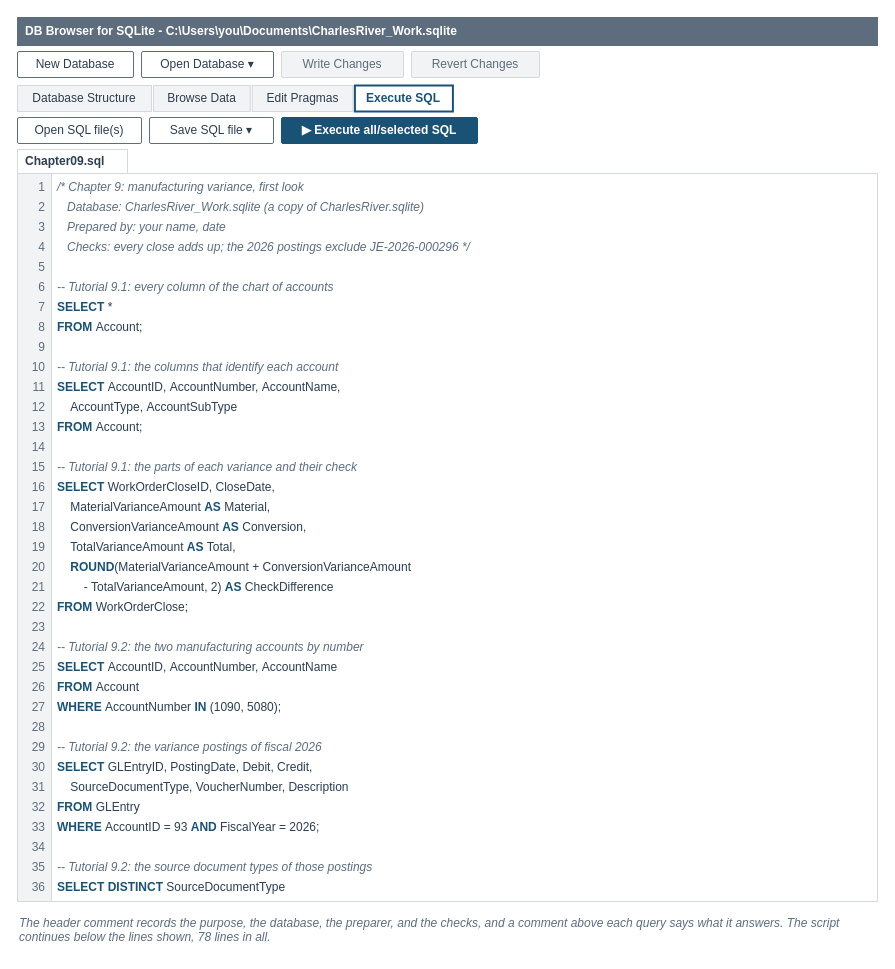
Earlier version of the draw.io diagram visuals/src/fig-09-10-saved-script.drawio (mmcodesso/Accounting_Analytics_Book). Source tidied: cells renumbered, new cells numbered last; positions are measured from the earlier drawing's top-left corner, leaving out a move shared by most shapes. Both pictures are drawn from the tidied source at 100%, with x=0, y=0 at pixel (17, 17).
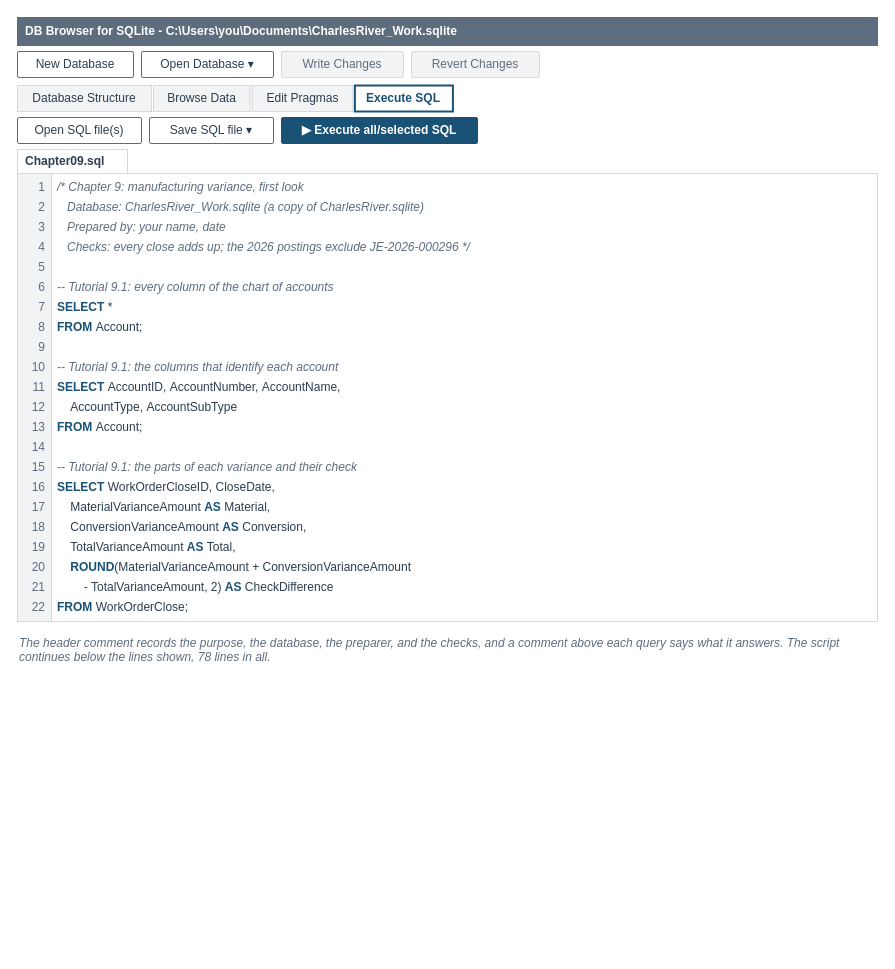
Above is the later version.

Diff of the diagram source:
```diff
@@
     <mxCell id="2" style="rounded=0;html=1;fillColor=none;strokeColor=none;" parent="1" vertex="1">
-      <mxGeometry width="860" height="934" as="geometry" />
+      <mxGeometry width="860" height="654" as="geometry" />
     </mxCell>
@@
     <mxCell id="16" style="rounded=0;arcSize=6;whiteSpace=wrap;html=1;fillColor=#F2F3F4;strokeColor=#D5D8DC;strokeWidth=1;fontColor=#2C3E50;fontSize=13;fontStyle=0;align=center;verticalAlign=middle;fontFamily=Helvetica;spacingLeft=6;spacingRight=6;" parent="1" vertex="1">
-      <mxGeometry y="156" width="34" height="728" as="geometry" />
+      <mxGeometry y="156" width="34" height="448" as="geometry" />
     </mxCell>
     <mxCell id="17" style="rounded=0;arcSize=6;whiteSpace=wrap;html=1;fillColor=#FFFFFF;strokeColor=#D5D8DC;strokeWidth=1;fontColor=#2C3E50;fontSize=13;fontStyle=0;align=center;verticalAlign=middle;fontFamily=Helvetica;spacingLeft=6;spacingRight=6;" parent="1" vertex="1">
-      <mxGeometry x="34" y="156" width="826" height="728" as="geometry" />
+      <mxGeometry x="34" y="156" width="826" height="448" as="geometry" />
     </mxCell>
@@
-    <mxCell id="62" value="23" style="text;html=1;whiteSpace=wrap;align=right;verticalAlign=middle;fontSize=12;fontColor=#5D6D7E;fontStyle=0;fontFamily=Helvetica;spacing=2;fillColor=none;strokeColor=none;" parent="1" vertex="1">
-      <mxGeometry y="600" width="30" height="20" as="geometry" />
+    <mxCell id="62" value="&lt;i&gt;The header comment records the purpose, the database, the preparer, and the checks, and a comment above each query says what it answers. The script continues below the lines shown, 78 lines in all.&lt;/i&gt;" style="text;html=1;whiteSpace=wrap;align=left;verticalAlign=top;fontSize=12;fontColor=#5D6D7E;fontStyle=0;fontFamily=Helvetica;spacing=2;fillColor=none;strokeColor=none;" parent="1" vertex="1">
+      <mxGeometry y="612" width="860" height="40" as="geometry" />
     </mxCell>
-    <mxCell id="63" value=" " style="text;html=1;whiteSpace=wrap;align=left;verticalAlign=middle;fontSize=12;fontColor=#2C3E50;fontStyle=0;fontFamily=Helvetica;spacing=2;fillColor=none;strokeColor=none;" parent="1" vertex="1">
-      <mxGeometry x="38" y="600" width="818" height="20" as="geometry" />
-    </mxCell>
-    <mxCell id="64" value="24" style="text;html=1;whiteSpace=wrap;align=right;verticalAlign=middle;fontSize=12;fontColor=#5D6D7E;fontStyle=0;fontFamily=Helvetica;spacing=2;fillColor=none;strokeColor=none;" parent="1" vertex="1">
-      <mxGeometry y="620" width="30" height="20" as="geometry" />
-    </mxCell>
-    <mxCell id="65" value="&lt;i&gt;&lt;font color=&quot;#5D6D7E&quot;&gt;-- Tutorial 9.2: the two manufacturing accounts by number&lt;/font&gt;&lt;/i&gt;" style="text;html=1;whiteSpace=wrap;align=left;verticalAlign=middle;fontSize=12;fontColor=#2C3E50;fontStyle=0;fontFamily=Helvetica;spacing=2;fillColor=none;strokeColor=none;" parent="1" vertex="1">
-      <mxGeometry x="38" y="620" width="818" height="20" as="geometry" />
-    </mxCell>
-    <mxCell id="66" value="25" style="text;html=1;whiteSpace=wrap;align=right;verticalAlign=middle;fontSize=12;fontColor=#5D6D7E;fontStyle=0;fontFamily=Helvetica;spacing=2;fillColor=none;strokeColor=none;" parent="1" vertex="1">
-      <mxGeometry y="640" width="30" height="20" as="geometry" />
-    </mxCell>
-    <mxCell id="67" value="&lt;b&gt;&lt;font color=&quot;#1A5276&quot;&gt;SELECT&lt;/font&gt;&lt;/b&gt;&amp;nbsp;AccountID,&amp;nbsp;AccountNumber,&amp;nbsp;AccountName" style="text;html=1;whiteSpace=wrap;align=left;verticalAlign=middle;fontSize=12;fontColor=#2C3E50;fontStyle=0;fontFamily=Helvetica;spacing=2;fillColor=none;strokeColor=none;" parent="1" vertex="1">
-      <mxGeometry x="38" y="640" width="818" height="20" as="geometry" />
-    </mxCell>
-    <mxCell id="68" value="26" style="text;html=1;whiteSpace=wrap;align=right;verticalAlign=middle;fontSize=12;fontColor=#5D6D7E;fontStyle=0;fontFamily=Helvetica;spacing=2;fillColor=none;strokeColor=none;" parent="1" vertex="1">
-      <mxGeometry y="660" width="30" height="20" as="geometry" />
-    </mxCell>
-    <mxCell id="69" value="&lt;b&gt;&lt;font color=&quot;#1A5276&quot;&gt;FROM&lt;/font&gt;&lt;/b&gt;&amp;nbsp;Account" style="text;html=1;whiteSpace=wrap;align=left;verticalAlign=middle;fontSize=12;fontColor=#2C3E50;fontStyle=0;fontFamily=Helvetica;spacing=2;fillColor=none;strokeColor=none;" parent="1" vertex="1">
-      <mxGeometry x="38" y="660" width="818" height="20" as="geometry" />
-    </mxCell>
-    <mxCell id="70" value="27" style="text;html=1;whiteSpace=wrap;align=right;verticalAlign=middle;fontSize=12;fontColor=#5D6D7E;fontStyle=0;fontFamily=Helvetica;spacing=2;fillColor=none;strokeColor=none;" parent="1" vertex="1">
-      <mxGeometry y="680" width="30" height="20" as="geometry" />
-    </mxCell>
-    <mxCell id="71" value="&lt;b&gt;&lt;font color=&quot;#1A5276&quot;&gt;WHERE&lt;/font&gt;&lt;/b&gt;&amp;nbsp;AccountNumber&amp;nbsp;&lt;b&gt;&lt;font color=&quot;#1A5276&quot;&gt;IN&lt;/font&gt;&lt;/b&gt;&amp;nbsp;(1090,&amp;nbsp;5080);" style="text;html=1;whiteSpace=wrap;align=left;verticalAlign=middle;fontSize=12;fontColor=#2C3E50;fontStyle=0;fontFamily=Helvetica;spacing=2;fillColor=none;strokeColor=none;" parent="1" vertex="1">
-      <mxGeometry x="38" y="680" width="818" height="20" as="geometry" />
-    </mxCell>
-    <mxCell id="72" value="28" style="text;html=1;whiteSpace=wrap;align=right;verticalAlign=middle;fontSize=12;fontColor=#5D6D7E;fontStyle=0;fontFamily=Helvetica;spacing=2;fillColor=none;strokeColor=none;" parent="1" vertex="1">
-      <mxGeometry y="700" width="30" height="20" as="geometry" />
-    </mxCell>
-    <mxCell id="73" value=" " style="text;html=1;whiteSpace=wrap;align=left;verticalAlign=middle;fontSize=12;fontColor=#2C3E50;fontStyle=0;fontFamily=Helvetica;spacing=2;fillColor=none;strokeColor=none;" parent="1" vertex="1">
-      <mxGeometry x="38" y="700" width="818" height="20" as="geometry" />
-    </mxCell>
-    <mxCell id="74" value="29" style="text;html=1;whiteSpace=wrap;align=right;verticalAlign=middle;fontSize=12;fontColor=#5D6D7E;fontStyle=0;fontFamily=Helvetica;spacing=2;fillColor=none;strokeColor=none;" parent="1" vertex="1">
-      <mxGeometry y="720" width="30" height="20" as="geometry" />
-    </mxCell>
-    <mxCell id="75" value="&lt;i&gt;&lt;font color=&quot;#5D6D7E&quot;&gt;-- Tutorial 9.2: the variance postings of fiscal 2026&lt;/font&gt;&lt;/i&gt;" style="text;html=1;whiteSpace=wrap;align=left;verticalAlign=middle;fontSize=12;fontColor=#2C3E50;fontStyle=0;fontFamily=Helvetica;spacing=2;fillColor=none;strokeColor=none;" parent="1" vertex="1">
-      <mxGeometry x="38" y="720" width="818" height="20" as="geometry" />
-    </mxCell>
-    <mxCell id="76" value="30" style="text;html=1;whiteSpace=wrap;align=right;verticalAlign=middle;fontSize=12;fontColor=#5D6D7E;fontStyle=0;fontFamily=Helvetica;spacing=2;fillColor=none;strokeColor=none;" parent="1" vertex="1">
-      <mxGeometry y="740" width="30" height="20" as="geometry" />
-    </mxCell>
-    <mxCell id="77" value="&lt;b&gt;&lt;font color=&quot;#1A5276&quot;&gt;SELECT&lt;/font&gt;&lt;/b&gt;&amp;nbsp;GLEntryID,&amp;nbsp;PostingDate,&amp;nbsp;Debit,&amp;nbsp;Credit," style="text;html=1;whiteSpace=wrap;align=left;verticalAlign=middle;fontSize=12;fontColor=#2C3E50;fontStyle=0;fontFamily=Helvetica;spacing=2;fillColor=none;strokeColor=none;" parent="1" vertex="1">
-      <mxGeometry x="38" y="740" width="818" height="20" as="geometry" />
-    </mxCell>
-    <mxCell id="78" value="31" style="text;html=1;whiteSpace=wrap;align=right;verticalAlign=middle;fontSize=12;fontColor=#5D6D7E;fontStyle=0;fontFamily=Helvetica;spacing=2;fillColor=none;strokeColor=none;" parent="1" vertex="1">
-      <mxGeometry y="760" width="30" height="20" as="geometry" />
-    </mxCell>
-    <mxCell id="79" value="&amp;nbsp;&amp;nbsp;&amp;nbsp;&amp;nbsp;SourceDocumentType,&amp;nbsp;VoucherNumber,&amp;nbsp;Description" style="text;html=1;whiteSpace=wrap;align=left;verticalAlign=middle;fontSize=12;fontColor=#2C3E50;fontStyle=0;fontFamily=Helvetica;spacing=2;fillColor=none;strokeColor=none;" parent="1" vertex="1">
-      <mxGeometry x="38" y="760" width="818" height="20" as="geometry" />
-    </mxCell>
-    <mxCell id="80" value="32" style="text;html=1;whiteSpace=wrap;align=right;verticalAlign=middle;fontSize=12;fontColor=#5D6D7E;fontStyle=0;fontFamily=Helvetica;spacing=2;fillColor=none;strokeColor=none;" parent="1" vertex="1">
-      <mxGeometry y="780" width="30" height="20" as="geometry" />
-    </mxCell>
-    <mxCell id="81" value="&lt;b&gt;&lt;font color=&quot;#1A5276&quot;&gt;FROM&lt;/font&gt;&lt;/b&gt;&amp;nbsp;GLEntry" style="text;html=1;whiteSpace=wrap;align=left;verticalAlign=middle;fontSize=12;fontColor=#2C3E50;fontStyle=0;fontFamily=Helvetica;spacing=2;fillColor=none;strokeColor=none;" parent="1" vertex="1">
-      <mxGeometry x="38" y="780" width="818" height="20" as="geometry" />
-    </mxCell>
-    <mxCell id="82" value="33" style="text;html=1;whiteSpace=wrap;align=right;verticalAlign=middle;fontSize=12;fontColor=#5D6D7E;fontStyle=0;fontFamily=Helvetica;spacing=2;fillColor=none;strokeColor=none;" parent="1" vertex="1">
-      <mxGeometry y="800" width="30" height="20" as="geometry" />
-    </mxCell>
-    <mxCell id="83" value="&lt;b&gt;&lt;font color=&quot;#1A5276&quot;&gt;WHERE&lt;/font&gt;&lt;/b&gt;&amp;nbsp;AccountID&amp;nbsp;=&amp;nbsp;93&amp;nbsp;&lt;b&gt;&lt;font color=&quot;#1A5276&quot;&gt;AND&lt;/font&gt;&lt;/b&gt;&amp;nbsp;FiscalYear&amp;nbsp;=&amp;nbsp;2026;" style="text;html=1;whiteSpace=wrap;align=left;verticalAlign=middle;fontSize=12;fontColor=#2C3E50;fontStyle=0;fontFamily=Helvetica;spacing=2;fillColor=none;strokeColor=none;" parent="1" vertex="1">
-      <mxGeometry x="38" y="800" width="818" height="20" as="geometry" />
-    </mxCell>
-    <mxCell id="84" value="34" style="text;html=1;whiteSpace=wrap;align=right;verticalAlign=middle;fontSize=12;fontColor=#5D6D7E;fontStyle=0;fontFamily=Helvetica;spacing=2;fillColor=none;strokeColor=none;" parent="1" vertex="1">
-      <mxGeometry y="820" width="30" height="20" as="geometry" />
-    </mxCell>
-    <mxCell id="85" value=" " style="text;html=1;whiteSpace=wrap;align=left;verticalAlign=middle;fontSize=12;fontColor=#2C3E50;fontStyle=0;fontFamily=Helvetica;spacing=2;fillColor=none;strokeColor=none;" parent="1" vertex="1">
-      <mxGeometry x="38" y="820" width="818" height="20" as="geometry" />
-    </mxCell>
-    <mxCell id="86" value="35" style="text;html=1;whiteSpace=wrap;align=right;verticalAlign=middle;fontSize=12;fontColor=#5D6D7E;fontStyle=0;fontFamily=Helvetica;spacing=2;fillColor=none;strokeColor=none;" parent="1" vertex="1">
-      <mxGeometry y="840" width="30" height="20" as="geometry" />
-    </mxCell>
-    <mxCell id="87" value="&lt;i&gt;&lt;font color=&quot;#5D6D7E&quot;&gt;-- Tutorial 9.2: the source document types of those postings&lt;/font&gt;&lt;/i&gt;" style="text;html=1;whiteSpace=wrap;align=left;verticalAlign=middle;fontSize=12;fontColor=#2C3E50;fontStyle=0;fontFamily=Helvetica;spacing=2;fillColor=none;strokeColor=none;" parent="1" vertex="1">
-      <mxGeometry x="38" y="840" width="818" height="20" as="geometry" />
-    </mxCell>
-    <mxCell id="88" value="36" style="text;html=1;whiteSpace=wrap;align=right;verticalAlign=middle;fontSize=12;fontColor=#5D6D7E;fontStyle=0;fontFamily=Helvetica;spacing=2;fillColor=none;strokeColor=none;" parent="1" vertex="1">
-      <mxGeometry y="860" width="30" height="20" as="geometry" />
-    </mxCell>
-    <mxCell id="89" value="&lt;b&gt;&lt;font color=&quot;#1A5276&quot;&gt;SELECT&lt;/font&gt;&lt;/b&gt;&amp;nbsp;&lt;b&gt;&lt;font color=&quot;#1A5276&quot;&gt;DISTINCT&lt;/font&gt;&lt;/b&gt;&amp;nbsp;SourceDocumentType" style="text;html=1;whiteSpace=wrap;align=left;verticalAlign=middle;fontSize=12;fontColor=#2C3E50;fontStyle=0;fontFamily=Helvetica;spacing=2;fillColor=none;strokeColor=none;" parent="1" vertex="1">
-      <mxGeometry x="38" y="860" width="818" height="20" as="geometry" />
-    </mxCell>
-    <mxCell id="90" value="&lt;i&gt;The header comment records the purpose, the database, the preparer, and the checks, and a comment above each query says what it answers. The script continues below the lines shown, 78 lines in all.&lt;/i&gt;" style="text;html=1;whiteSpace=wrap;align=left;verticalAlign=top;fontSize=12;fontColor=#5D6D7E;fontStyle=0;fontFamily=Helvetica;spacing=2;fillColor=none;strokeColor=none;" parent="1" vertex="1">
-      <mxGeometry y="892" width="860" height="40" as="geometry" />
-    </mxCell>
```
